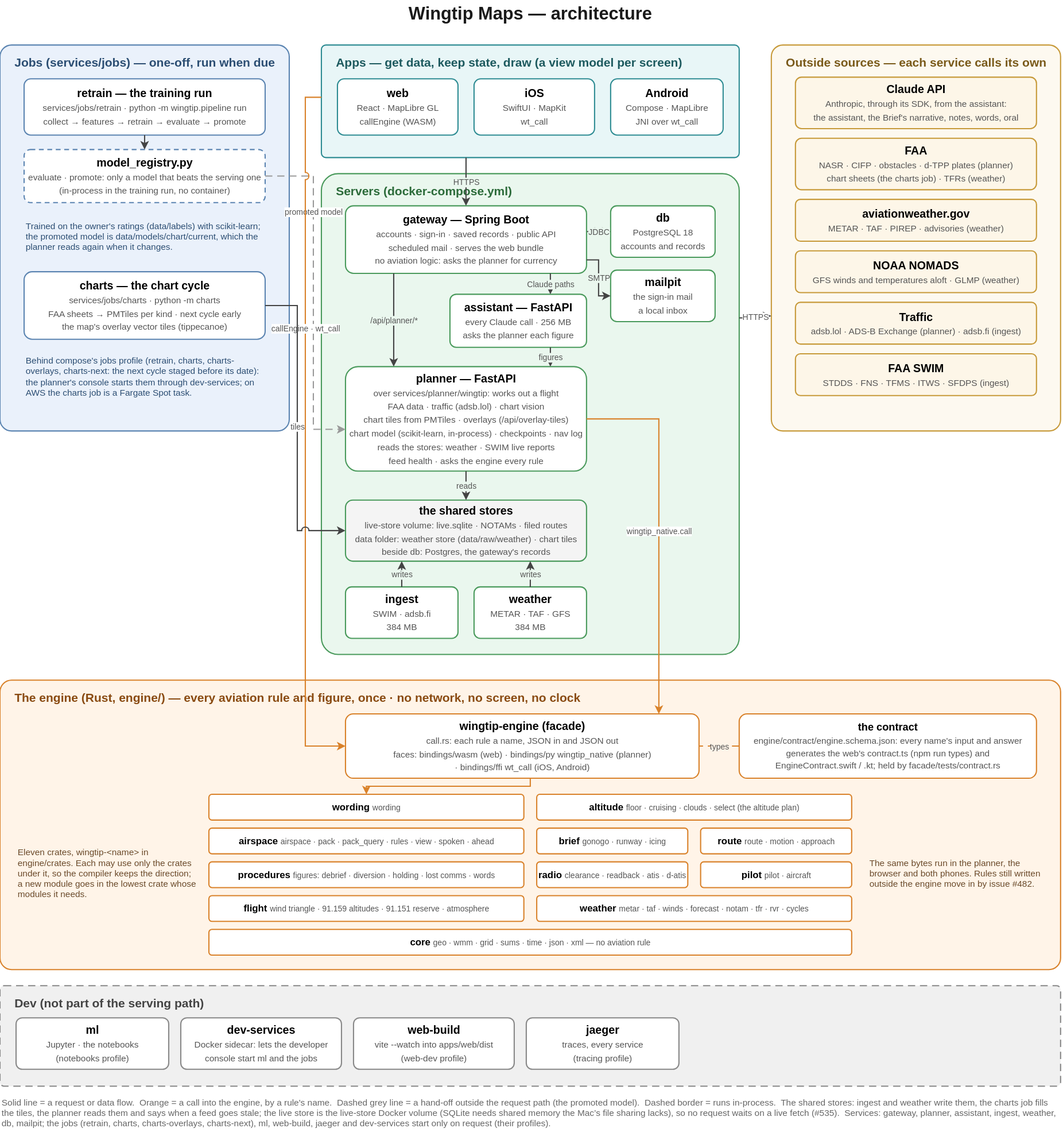
The draw.io diagram docs/architecture-current.svg in asdaq-samir/wingtip, before a commit. Source tidied: cells renumbered, new cells last; positions are measured from the earlier drawing's top-left corner, leaving out a move shared by most shapes.
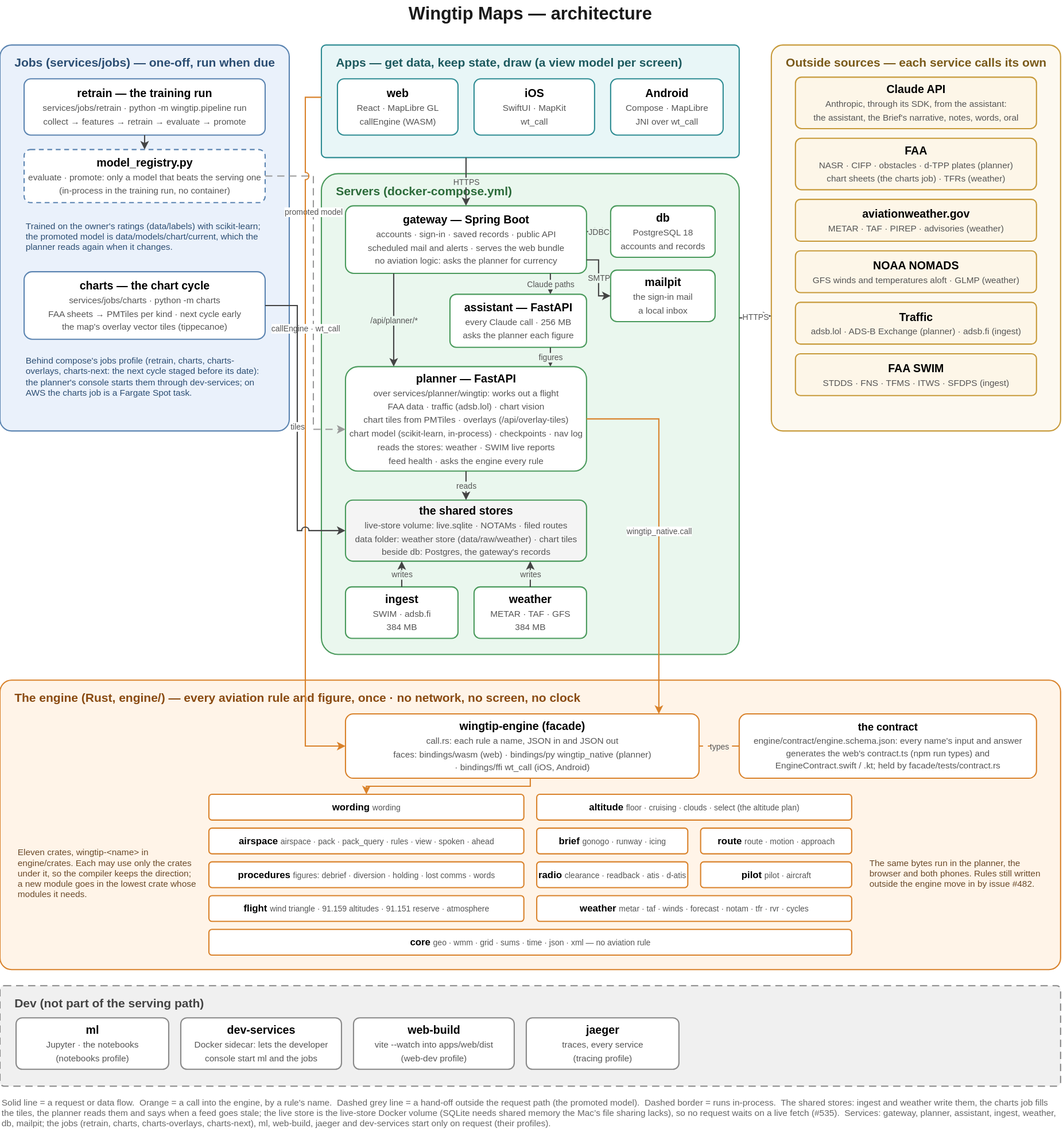
After the commit.

What changed in the source:
```diff
@@ -47,7 +47,7 @@
     <mxCell id="16" value="&lt;b&gt;Android&lt;/b&gt;&lt;br&gt;&lt;span style=&quot;font-size:11px;color:#555555;&quot;&gt;Compose · MapLibre&lt;/span&gt;&lt;br&gt;&lt;span style=&quot;font-size:11px;color:#555555;&quot;&gt;JNI over wt_call&lt;/span&gt;" style="rounded=1;arcSize=12;whiteSpace=wrap;html=1;fillColor=#FFFFFF;strokeColor=#2E8C93;strokeWidth=1.5;fontSize=14;" parent="1" vertex="1">
       <mxGeometry x="760" y="98" width="140" height="70" as="geometry" />
     </mxCell>
-    <mxCell id="17" value="&lt;b&gt;gateway — Spring Boot&lt;/b&gt;&lt;br&gt;&lt;span style=&quot;font-size:11px;color:#555555;&quot;&gt;accounts · sign-in · saved records · public API&lt;/span&gt;&lt;br&gt;&lt;span style=&quot;font-size:11px;color:#555555;&quot;&gt;scheduled mail · serves the web bundle&lt;/span&gt;&lt;br&gt;&lt;span style=&quot;font-size:11px;color:#555555;&quot;&gt;no aviation logic: asks the planner for currency&lt;/span&gt;" style="rounded=1;arcSize=12;whiteSpace=wrap;html=1;fillColor=#FFFFFF;strokeColor=#4A9A5C;strokeWidth=1.5;fontSize=14;" parent="1" vertex="1">
+    <mxCell id="17" value="&lt;b&gt;gateway — Spring Boot&lt;/b&gt;&lt;br&gt;&lt;span style=&quot;font-size:11px;color:#555555;&quot;&gt;accounts · sign-in · saved records · public API&lt;/span&gt;&lt;br&gt;&lt;span style=&quot;font-size:11px;color:#555555;&quot;&gt;scheduled mail and alerts · serves the web bundle&lt;/span&gt;&lt;br&gt;&lt;span style=&quot;font-size:11px;color:#555555;&quot;&gt;no aviation logic: asks the planner for currency&lt;/span&gt;" style="rounded=1;arcSize=12;whiteSpace=wrap;html=1;fillColor=#FFFFFF;strokeColor=#4A9A5C;strokeWidth=1.5;fontSize=14;" parent="1" vertex="1">
       <mxGeometry x="430" y="256" width="300" height="84" as="geometry" />
     </mxCell>
     <mxCell id="18" value="&lt;b&gt;db&lt;/b&gt;&lt;br&gt;&lt;span style=&quot;font-size:11px;color:#555555;&quot;&gt;PostgreSQL 18&lt;/span&gt;&lt;br&gt;&lt;span style=&quot;font-size:11px;color:#555555;&quot;&gt;accounts and records&lt;/span&gt;" style="rounded=1;arcSize=12;whiteSpace=wrap;html=1;fillColor=#FFFFFF;strokeColor=#4A9A5C;strokeWidth=1.5;fontSize=14;" parent="1" vertex="1">
```
